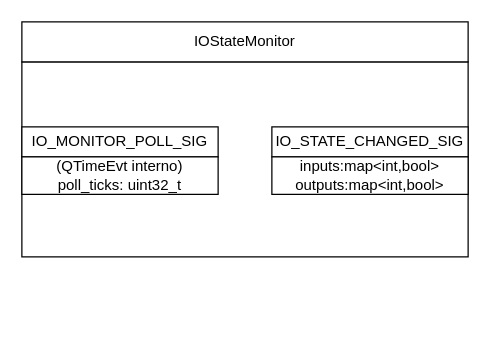
This is docs/io_state_monitor.drawio from peperono/digital_inputs_detector, a draw.io file, before an edit. Source tidied: cells renumbered, new cells numbered last; positions are measured from the earlier drawing's top-left corner, leaving out a move shared by most shapes. Both pictures are drawn from the tidied source at 125%, with x=0, y=0 at pixel (21, 21).
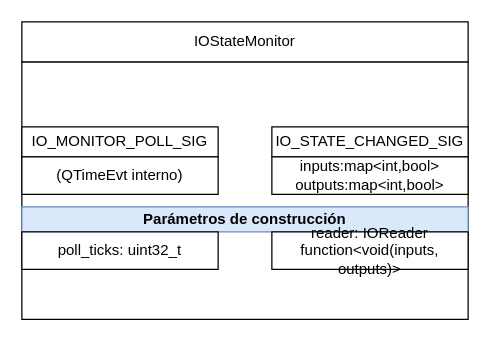
Above is the later version.

Commit message:
Add constructor parameters section to IOStateMonitor diagram

What changed in the source:
```diff
@@
 <mxGraphModel>
   <root>
     <mxCell id="0" />
     <mxCell id="1" parent="0" />
     <mxCell id="2" style="rounded=0;whiteSpace=wrap;html=1;" parent="1" vertex="1">
-      <mxGeometry y="32" width="357" height="156" as="geometry" />
+      <mxGeometry y="32" width="357" height="206" as="geometry" />
     </mxCell>
     <mxCell id="3" value="IOStateMonitor" style="rounded=0;whiteSpace=wrap;html=1;" parent="1" vertex="1">
       <mxGeometry width="357" height="32" as="geometry" />
     </mxCell>
     <mxCell id="4" value="IO_MONITOR_POLL_SIG" style="rounded=0;whiteSpace=wrap;html=1;" parent="1" vertex="1">
       <mxGeometry y="84" width="157" height="24" as="geometry" />
     </mxCell>
     <mxCell id="5" value="IO_STATE_CHANGED_SIG" style="rounded=0;whiteSpace=wrap;html=1;" parent="1" vertex="1">
       <mxGeometry x="200" y="84" width="157" height="24" as="geometry" />
     </mxCell>
-    <mxCell id="6" value="(QTimeEvt interno)&lt;div&gt;poll_ticks: uint32_t&lt;/div&gt;" style="rounded=0;whiteSpace=wrap;html=1;" parent="1" vertex="1">
+    <mxCell id="6" value="(QTimeEvt interno)" style="rounded=0;whiteSpace=wrap;html=1;" parent="1" vertex="1">
       <mxGeometry y="108" width="157" height="30" as="geometry" />
     </mxCell>
     <mxCell id="7" value="inputs:map&amp;lt;int,bool&amp;gt;&lt;div&gt;outputs:map&amp;lt;int,bool&amp;gt;&lt;/div&gt;" style="rounded=0;whiteSpace=wrap;html=1;" parent="1" vertex="1">
       <mxGeometry x="200" y="108" width="157" height="30" as="geometry" />
     </mxCell>
+    <mxCell id="8" value="Parámetros de construcción" style="rounded=0;whiteSpace=wrap;html=1;fillColor=#dae8fc;strokeColor=#6c8ebf;fontStyle=1;" parent="1" vertex="1">
+      <mxGeometry y="148" width="357" height="20" as="geometry" />
+    </mxCell>
+    <mxCell id="9" value="poll_ticks: uint32_t" style="rounded=0;whiteSpace=wrap;html=1;" parent="1" vertex="1">
+      <mxGeometry y="168" width="157" height="30" as="geometry" />
+    </mxCell>
+    <mxCell id="10" value="reader: IOReader&lt;div&gt;function&amp;lt;void(inputs, outputs)&amp;gt;&lt;/div&gt;" style="rounded=0;whiteSpace=wrap;html=1;" parent="1" vertex="1">
+      <mxGeometry x="200" y="168" width="157" height="30" as="geometry" />
+    </mxCell>
   </root>
 </mxGraphModel>
```
